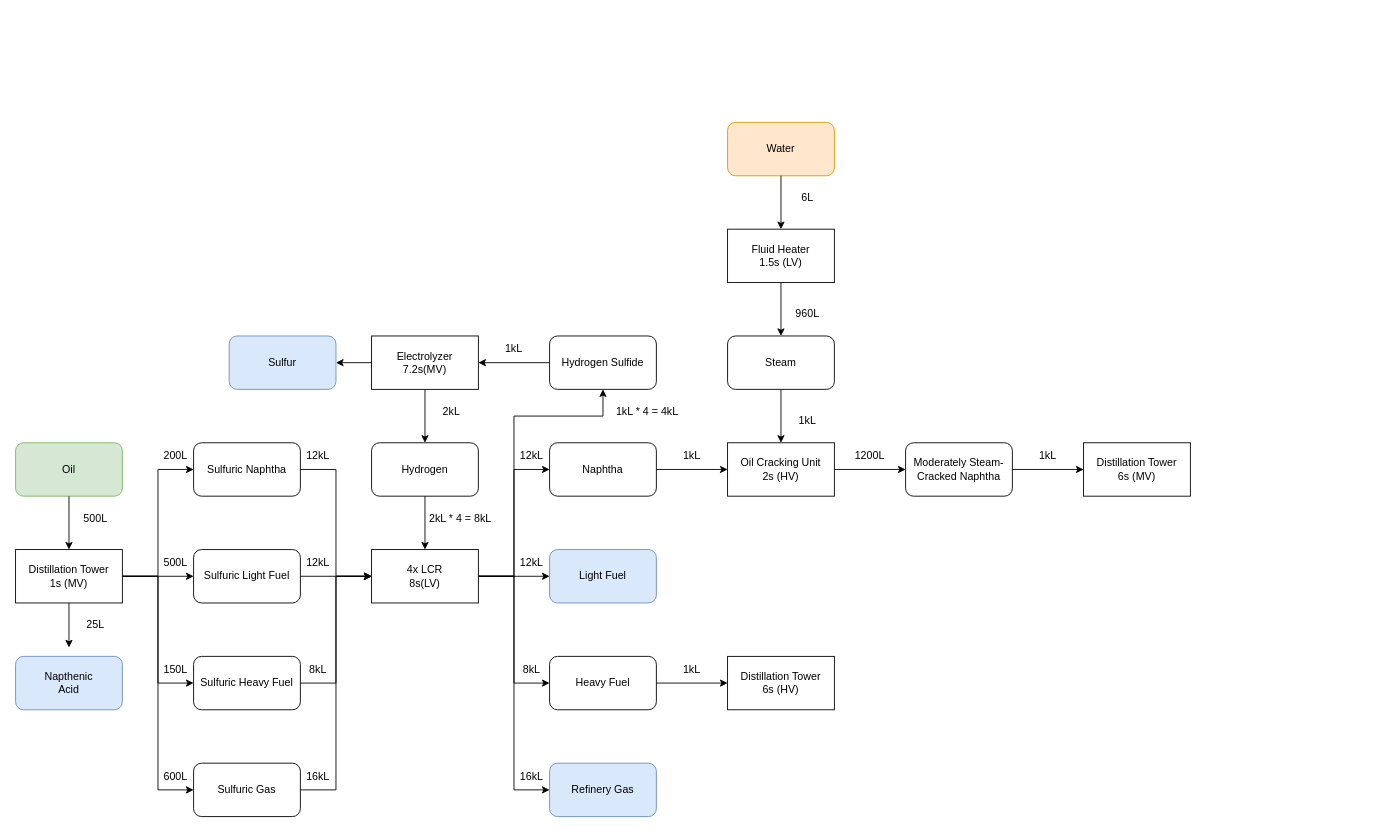
This is epoxid.drawio from loldapeep/gtnhcharts, a draw.io file, before an edit. Source tidied: cells renumbered, new cells numbered last; positions are measured from the earlier drawing's top-left corner, leaving out a move shared by most shapes. Both pictures are drawn from the tidied source at 89%, with x=0, y=0 at pixel (15, 122).
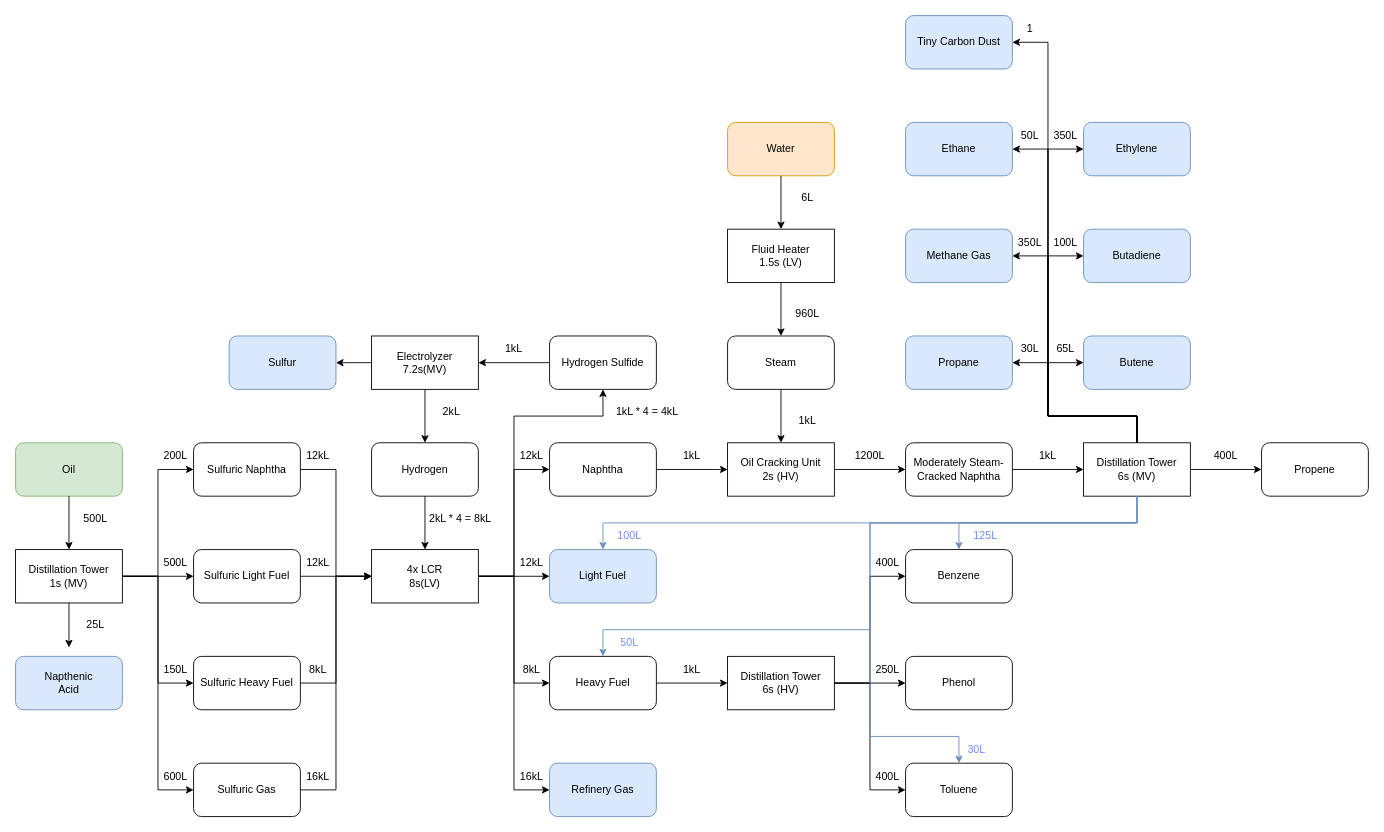
Above is the later version.

Unchanged cells that the change refers to:
```xml
<mxCell id="36" value="Light Fuel" style="rounded=1;whiteSpace=wrap;html=1;fillColor=#dae8fc;strokeColor=#6c8ebf;" parent="1" vertex="1">
  <mxGeometry x="600" y="480" width="120" height="60" as="geometry" />
</mxCell>
<mxCell id="70" value="Distillation Tower&lt;br&gt;6s (MV)" style="rounded=0;whiteSpace=wrap;html=1;" parent="1" vertex="1">
  <mxGeometry x="1200" y="360" width="120" height="60" as="geometry" />
</mxCell>
<mxCell id="75" value="Distillation Tower&lt;br&gt;6s (HV)" style="rounded=0;whiteSpace=wrap;html=1;" parent="1" vertex="1">
  <mxGeometry x="800" y="600" width="120" height="60" as="geometry" />
</mxCell>
```

Diff of the diagram source:
```diff
@@
+    <mxCell id="78" value="Benzene" style="rounded=1;whiteSpace=wrap;html=1;" parent="1" vertex="1">
+      <mxGeometry x="1000" y="480" width="120" height="60" as="geometry" />
+    </mxCell>
+    <mxCell id="79" value="Toluene" style="rounded=1;whiteSpace=wrap;html=1;" parent="1" vertex="1">
+      <mxGeometry x="1000" y="720" width="120" height="60" as="geometry" />
+    </mxCell>
+    <mxCell id="80" value="Phenol" style="rounded=1;whiteSpace=wrap;html=1;" parent="1" vertex="1">
+      <mxGeometry x="1000" y="600" width="120" height="60" as="geometry" />
+    </mxCell>
+    <mxCell id="81" style="endArrow=classic;html=1;rounded=0;exitX=1;exitY=0.5;exitDx=0;exitDy=0;entryX=0;entryY=0.5;entryDx=0;entryDy=0;" parent="1" edge="1" source="75" target="80">
+      <mxGeometry relative="1" as="geometry" />
+    </mxCell>
+    <mxCell id="82" style="endArrow=classic;html=1;rounded=0;exitX=1;exitY=0.5;exitDx=0;exitDy=0;entryX=0;entryY=0.5;entryDx=0;entryDy=0;" parent="1" edge="1" source="75" target="79">
+      <mxGeometry relative="1" as="geometry">
+        <Array as="points">
+          <mxPoint x="960" y="630" />
+          <mxPoint x="960" y="750" />
+        </Array>
+      </mxGeometry>
+    </mxCell>
+    <mxCell id="83" style="endArrow=classic;html=1;rounded=0;entryX=0;entryY=0.5;entryDx=0;entryDy=0;" parent="1" edge="1" target="78">
+      <mxGeometry relative="1" as="geometry">
+        <mxPoint x="920" y="630" as="sourcePoint" />
+        <Array as="points">
+          <mxPoint x="960" y="630" />
+          <mxPoint x="960" y="510" />
+        </Array>
+      </mxGeometry>
+    </mxCell>
+    <mxCell id="84" style="endArrow=classic;html=1;rounded=0;exitX=0.5;exitY=1;exitDx=0;exitDy=0;entryX=0.5;entryY=0;entryDx=0;entryDy=0;fillColor=#dae8fc;strokeColor=#6c8ebf;" parent="1" edge="1" source="70" target="78">
+      <mxGeometry relative="1" as="geometry">
+        <Array as="points">
+          <mxPoint x="1260" y="450" />
+          <mxPoint x="1060" y="450" />
+        </Array>
+      </mxGeometry>
+    </mxCell>
+    <mxCell id="85" style="endArrow=classic;html=1;rounded=0;exitX=0.5;exitY=1;exitDx=0;exitDy=0;entryX=0.5;entryY=0;entryDx=0;entryDy=0;fillColor=#dae8fc;strokeColor=#6c8ebf;" parent="1" edge="1" source="70" target="79">
+      <mxGeometry relative="1" as="geometry">
+        <Array as="points">
+          <mxPoint x="1260" y="450" />
+          <mxPoint x="960" y="450" />
+          <mxPoint x="960" y="690" />
+          <mxPoint x="1060" y="690" />
+        </Array>
+      </mxGeometry>
+    </mxCell>
+    <mxCell id="86" value="400L" style="text;html=1;strokeColor=none;fillColor=none;align=center;verticalAlign=middle;whiteSpace=wrap;rounded=0;" parent="1" vertex="1">
+      <mxGeometry x="950" y="480" width="60" height="30" as="geometry" />
+    </mxCell>
+    <mxCell id="87" value="400L" style="text;html=1;strokeColor=none;fillColor=none;align=center;verticalAlign=middle;whiteSpace=wrap;rounded=0;" parent="1" vertex="1">
+      <mxGeometry x="950" y="720" width="60" height="30" as="geometry" />
+    </mxCell>
+    <mxCell id="88" value="250L" style="text;html=1;strokeColor=none;fillColor=none;align=center;verticalAlign=middle;whiteSpace=wrap;rounded=0;" parent="1" vertex="1">
+      <mxGeometry x="950" y="600" width="60" height="30" as="geometry" />
+    </mxCell>
+    <mxCell id="89" value="30L" style="text;html=1;strokeColor=none;fillColor=none;align=center;verticalAlign=middle;whiteSpace=wrap;rounded=0;fontColor=#708DFF;" parent="1" vertex="1">
+      <mxGeometry x="1050" y="690" width="60" height="30" as="geometry" />
+    </mxCell>
+    <mxCell id="90" value="125L" style="text;html=1;strokeColor=none;fillColor=none;align=center;verticalAlign=middle;whiteSpace=wrap;rounded=0;fontColor=#708DFF;" parent="1" vertex="1">
+      <mxGeometry x="1060" y="450" width="60" height="30" as="geometry" />
+    </mxCell>
+    <mxCell id="91" value="Propene" style="rounded=1;whiteSpace=wrap;html=1;" parent="1" vertex="1">
+      <mxGeometry x="1400" y="360" width="120" height="60" as="geometry" />
+    </mxCell>
+    <mxCell id="92" style="endArrow=classic;html=1;rounded=0;exitX=1;exitY=0.5;exitDx=0;exitDy=0;entryX=0;entryY=0.5;entryDx=0;entryDy=0;" parent="1" edge="1" source="70" target="91">
+      <mxGeometry relative="1" as="geometry" />
+    </mxCell>
+    <mxCell id="93" value="400L" style="text;html=1;strokeColor=none;fillColor=none;align=center;verticalAlign=middle;whiteSpace=wrap;rounded=0;" parent="1" vertex="1">
+      <mxGeometry x="1330" y="360" width="60" height="30" as="geometry" />
+    </mxCell>
+    <mxCell id="94" value="Propane" style="rounded=1;whiteSpace=wrap;html=1;fillColor=#dae8fc;strokeColor=#6c8ebf;" parent="1" vertex="1">
+      <mxGeometry x="1000" y="240" width="120" height="60" as="geometry" />
+    </mxCell>
+    <mxCell id="95" value="Butene" style="rounded=1;whiteSpace=wrap;html=1;fillColor=#dae8fc;strokeColor=#6c8ebf;" parent="1" vertex="1">
+      <mxGeometry x="1200" y="240" width="120" height="60" as="geometry" />
+    </mxCell>
+    <mxCell id="96" value="Butadiene" style="rounded=1;whiteSpace=wrap;html=1;fillColor=#dae8fc;strokeColor=#6c8ebf;" parent="1" vertex="1">
+      <mxGeometry x="1200" y="120" width="120" height="60" as="geometry" />
+    </mxCell>
+    <mxCell id="97" value="Methane Gas" style="rounded=1;whiteSpace=wrap;html=1;fillColor=#dae8fc;strokeColor=#6c8ebf;" parent="1" vertex="1">
+      <mxGeometry x="1000" y="120" width="120" height="60" as="geometry" />
+    </mxCell>
+    <mxCell id="98" value="Ethane" style="rounded=1;whiteSpace=wrap;html=1;fillColor=#dae8fc;strokeColor=#6c8ebf;" parent="1" vertex="1">
+      <mxGeometry x="1000" width="120" height="60" as="geometry" />
+    </mxCell>
+    <mxCell id="99" value="Ethylene" style="rounded=1;whiteSpace=wrap;html=1;fillColor=#dae8fc;strokeColor=#6c8ebf;" parent="1" vertex="1">
+      <mxGeometry x="1200" width="120" height="60" as="geometry" />
+    </mxCell>
+    <mxCell id="100" style="endArrow=classic;html=1;rounded=0;entryX=0.5;entryY=0;entryDx=0;entryDy=0;fillColor=#dae8fc;strokeColor=#6c8ebf;" parent="1" edge="1" target="36">
+      <mxGeometry relative="1" as="geometry">
+        <mxPoint x="1260" y="420" as="sourcePoint" />
+        <Array as="points">
+          <mxPoint x="1260" y="450" />
+          <mxPoint x="660" y="450" />
+        </Array>
+      </mxGeometry>
+    </mxCell>
+    <mxCell id="101" style="endArrow=classic;html=1;rounded=0;exitX=0.5;exitY=1;exitDx=0;exitDy=0;fillColor=#dae8fc;strokeColor=#6c8ebf;" parent="1" edge="1" source="70">
+      <mxGeometry relative="1" as="geometry">
+        <mxPoint x="660" y="600" as="targetPoint" />
+        <Array as="points">
+          <mxPoint x="1260" y="450" />
+          <mxPoint x="960" y="450" />
+          <mxPoint x="960" y="570" />
+          <mxPoint x="660" y="570" />
+        </Array>
+      </mxGeometry>
+    </mxCell>
+    <mxCell id="102" value="100L" style="text;html=1;strokeColor=none;fillColor=none;align=center;verticalAlign=middle;whiteSpace=wrap;rounded=0;fontColor=#708DFF;" parent="1" vertex="1">
+      <mxGeometry x="660" y="450" width="60" height="30" as="geometry" />
+    </mxCell>
+    <mxCell id="103" value="50L" style="text;html=1;strokeColor=none;fillColor=none;align=center;verticalAlign=middle;whiteSpace=wrap;rounded=0;fontColor=#708DFF;" parent="1" vertex="1">
+      <mxGeometry x="660" y="570" width="60" height="30" as="geometry" />
+    </mxCell>
+    <mxCell id="104" value="Tiny Carbon Dust" style="rounded=1;whiteSpace=wrap;html=1;fillColor=#dae8fc;strokeColor=#6c8ebf;" parent="1" vertex="1">
+      <mxGeometry x="1000" y="-120" width="120" height="60" as="geometry" />
+    </mxCell>
+    <mxCell id="105" style="endArrow=classic;html=1;rounded=0;exitX=0.5;exitY=0;exitDx=0;exitDy=0;entryX=1;entryY=0.5;entryDx=0;entryDy=0;" parent="1" edge="1" source="70" target="94">
+      <mxGeometry relative="1" as="geometry">
+        <Array as="points">
+          <mxPoint x="1260" y="330" />
+          <mxPoint x="1160" y="330" />
+          <mxPoint x="1160" y="270" />
+        </Array>
+      </mxGeometry>
+    </mxCell>
+    <mxCell id="106" style="endArrow=classic;html=1;rounded=0;entryX=0;entryY=0.5;entryDx=0;entryDy=0;" parent="1" edge="1" target="95">
+      <mxGeometry relative="1" as="geometry">
+        <mxPoint x="1260" y="360" as="sourcePoint" />
+        <Array as="points">
+          <mxPoint x="1260" y="330" />
+          <mxPoint x="1160" y="330" />
+          <mxPoint x="1160" y="270" />
+        </Array>
+      </mxGeometry>
+    </mxCell>
+    <mxCell id="107" style="endArrow=classic;html=1;rounded=0;exitX=0.5;exitY=0;exitDx=0;exitDy=0;entryX=1;entryY=0.5;entryDx=0;entryDy=0;" parent="1" edge="1" source="70" target="97">
+      <mxGeometry relative="1" as="geometry">
+        <Array as="points">
+          <mxPoint x="1260" y="330" />
+          <mxPoint x="1160" y="330" />
+          <mxPoint x="1160" y="150" />
+        </Array>
+      </mxGeometry>
+    </mxCell>
+    <mxCell id="108" style="endArrow=classic;html=1;rounded=0;exitX=0.5;exitY=0;exitDx=0;exitDy=0;entryX=0;entryY=0.5;entryDx=0;entryDy=0;" parent="1" edge="1" source="70" target="96">
+      <mxGeometry relative="1" as="geometry">
+        <Array as="points">
+          <mxPoint x="1260" y="330" />
+          <mxPoint x="1160" y="330" />
+          <mxPoint x="1160" y="150" />
+        </Array>
+      </mxGeometry>
+    </mxCell>
+    <mxCell id="109" style="endArrow=classic;html=1;rounded=0;entryX=1;entryY=0.5;entryDx=0;entryDy=0;" parent="1" edge="1" target="98">
+      <mxGeometry relative="1" as="geometry">
+        <mxPoint x="1260" y="360" as="sourcePoint" />
+        <Array as="points">
+          <mxPoint x="1260" y="330" />
+          <mxPoint x="1160" y="330" />
+          <mxPoint x="1160" y="30" />
+        </Array>
+      </mxGeometry>
+    </mxCell>
+    <mxCell id="110" style="endArrow=classic;html=1;rounded=0;exitX=0.5;exitY=0;exitDx=0;exitDy=0;entryX=0;entryY=0.5;entryDx=0;entryDy=0;" parent="1" edge="1" source="70" target="99">
+      <mxGeometry relative="1" as="geometry">
+        <Array as="points">
+          <mxPoint x="1260" y="330" />
+          <mxPoint x="1160" y="330" />
+          <mxPoint x="1160" y="30" />
+        </Array>
+      </mxGeometry>
+    </mxCell>
+    <mxCell id="111" style="endArrow=classic;html=1;rounded=0;entryX=1;entryY=0.5;entryDx=0;entryDy=0;" parent="1" edge="1" target="104">
+      <mxGeometry relative="1" as="geometry">
+        <mxPoint x="1260" y="360" as="sourcePoint" />
+        <Array as="points">
+          <mxPoint x="1260" y="330" />
+          <mxPoint x="1160" y="330" />
+          <mxPoint x="1160" y="-90" />
+        </Array>
+      </mxGeometry>
+    </mxCell>
+    <mxCell id="112" value="1" style="text;html=1;strokeColor=none;fillColor=none;align=center;verticalAlign=middle;whiteSpace=wrap;rounded=0;" parent="1" vertex="1">
+      <mxGeometry x="1110" y="-120" width="60" height="30" as="geometry" />
+    </mxCell>
+    <mxCell id="113" value="50L" style="text;html=1;strokeColor=none;fillColor=none;align=center;verticalAlign=middle;whiteSpace=wrap;rounded=0;" parent="1" vertex="1">
+      <mxGeometry x="1110" width="60" height="30" as="geometry" />
+    </mxCell>
+    <mxCell id="114" value="350L" style="text;html=1;strokeColor=none;fillColor=none;align=center;verticalAlign=middle;whiteSpace=wrap;rounded=0;" parent="1" vertex="1">
+      <mxGeometry x="1150" width="60" height="30" as="geometry" />
+    </mxCell>
+    <mxCell id="115" value="350L" style="text;html=1;strokeColor=none;fillColor=none;align=center;verticalAlign=middle;whiteSpace=wrap;rounded=0;" parent="1" vertex="1">
+      <mxGeometry x="1110" y="120" width="60" height="30" as="geometry" />
+    </mxCell>
+    <mxCell id="116" value="100L" style="text;html=1;strokeColor=none;fillColor=none;align=center;verticalAlign=middle;whiteSpace=wrap;rounded=0;" parent="1" vertex="1">
+      <mxGeometry x="1150" y="120" width="60" height="30" as="geometry" />
+    </mxCell>
+    <mxCell id="117" value="30L" style="text;html=1;strokeColor=none;fillColor=none;align=center;verticalAlign=middle;whiteSpace=wrap;rounded=0;" parent="1" vertex="1">
+      <mxGeometry x="1110" y="240" width="60" height="30" as="geometry" />
+    </mxCell>
+    <mxCell id="118" value="65L" style="text;html=1;strokeColor=none;fillColor=none;align=center;verticalAlign=middle;whiteSpace=wrap;rounded=0;" parent="1" vertex="1">
+      <mxGeometry x="1150" y="240" width="60" height="30" as="geometry" />
+    </mxCell>
```
